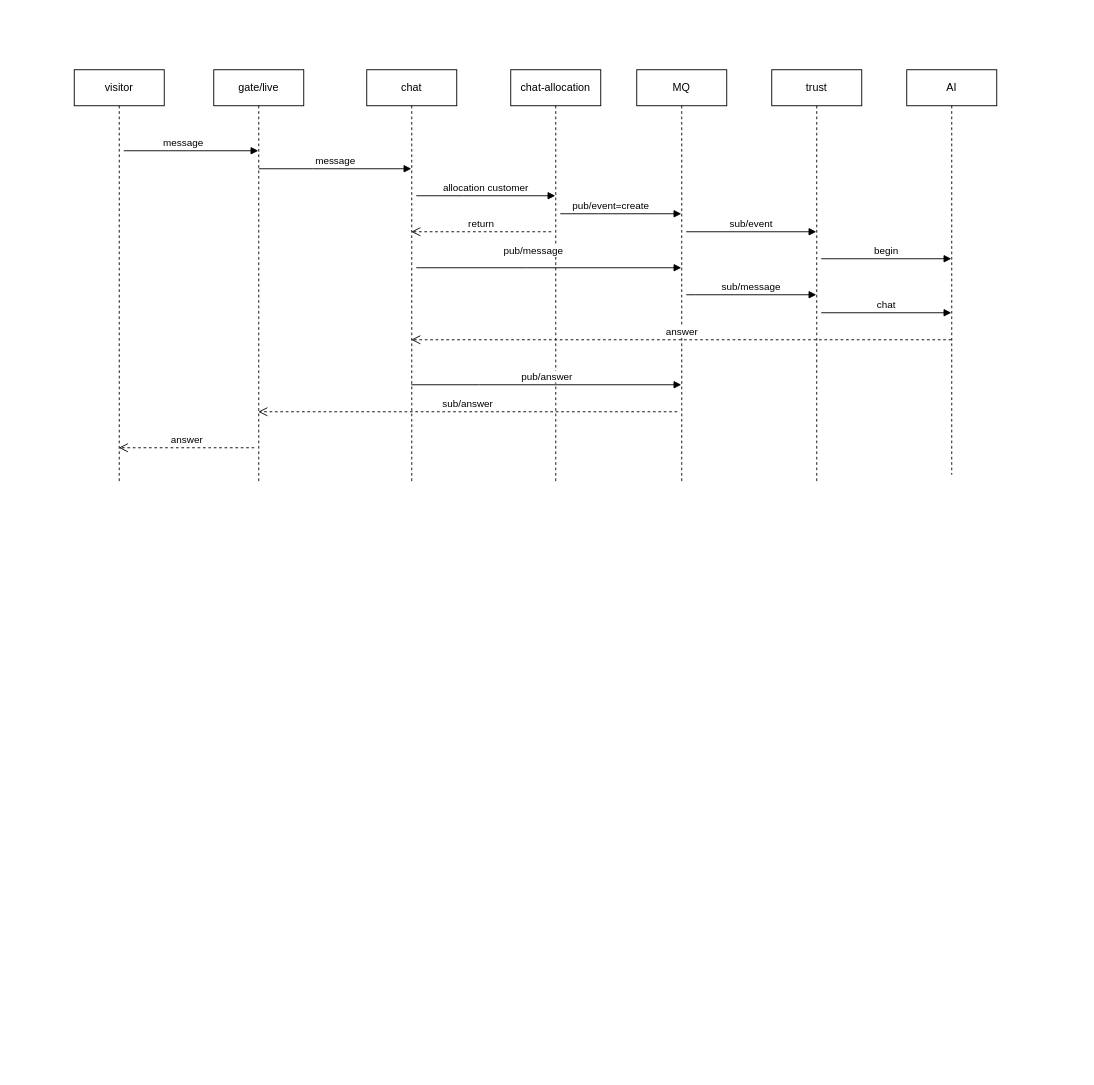
Above: drawio/core.drawio in develop-assistant/diagrams (draw.io), before the change. Source tidied: cells renumbered, new cells numbered last; positions are measured from the earlier drawing's top-left corner, leaving out a move shared by most shapes. Both pictures are drawn from the tidied source at 90%, with x=0, y=0 at pixel (74, 69).
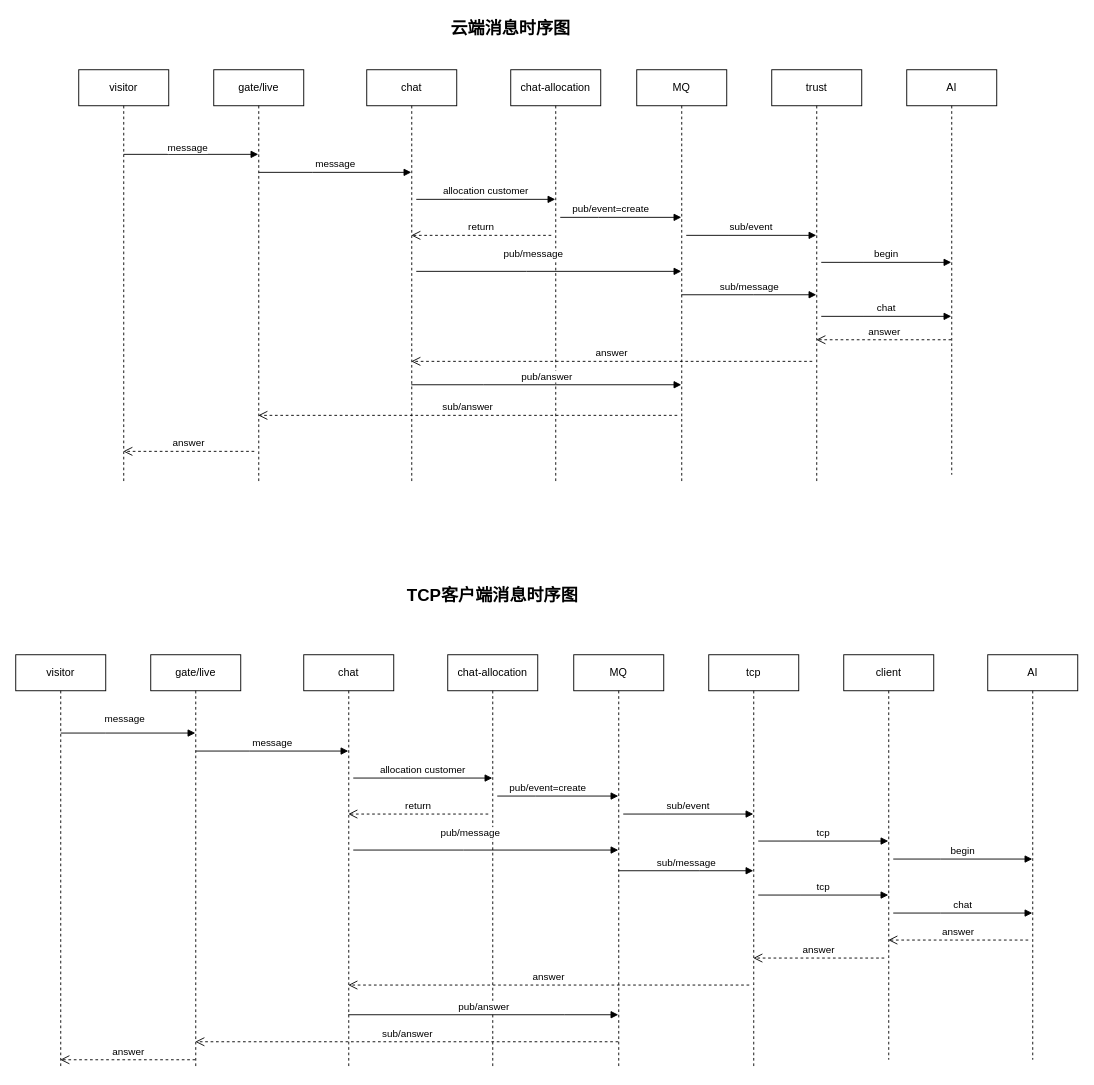
The same page after the edit.

Unchanged cells that the change refers to:
```xml
<mxCell id="3" value="gate/live" style="shape=umlLifeline;perimeter=lifelinePerimeter;whiteSpace=wrap;html=1;outlineConnect=0;portConstraint=eastwest;newEdgeStyle={&quot;edgeStyle&quot;:&quot;elbowEdgeStyle&quot;,&quot;elbow&quot;:&quot;vertical&quot;,&quot;curved&quot;:0,&quot;rounded&quot;:0};" parent="1" vertex="1">
  <mxGeometry x="155" width="100" height="460" as="geometry" />
</mxCell>
<mxCell id="4" value="chat-allocation" style="shape=umlLifeline;perimeter=lifelinePerimeter;whiteSpace=wrap;html=1;outlineConnect=0;portConstraint=eastwest;newEdgeStyle={&quot;edgeStyle&quot;:&quot;elbowEdgeStyle&quot;,&quot;elbow&quot;:&quot;vertical&quot;,&quot;curved&quot;:0,&quot;rounded&quot;:0};" parent="1" vertex="1">
  <mxGeometry x="485" width="100" height="460" as="geometry" />
</mxCell>
<mxCell id="5" value="chat" style="shape=umlLifeline;perimeter=lifelinePerimeter;whiteSpace=wrap;html=1;outlineConnect=0;portConstraint=eastwest;newEdgeStyle={&quot;edgeStyle&quot;:&quot;elbowEdgeStyle&quot;,&quot;elbow&quot;:&quot;vertical&quot;,&quot;curved&quot;:0,&quot;rounded&quot;:0};" parent="1" vertex="1">
  <mxGeometry x="325" width="100" height="460" as="geometry" />
</mxCell>
<mxCell id="6" value="MQ" style="shape=umlLifeline;perimeter=lifelinePerimeter;whiteSpace=wrap;html=1;outlineConnect=0;portConstraint=eastwest;newEdgeStyle={&quot;edgeStyle&quot;:&quot;elbowEdgeStyle&quot;,&quot;elbow&quot;:&quot;vertical&quot;,&quot;curved&quot;:0,&quot;rounded&quot;:0};" parent="1" vertex="1">
  <mxGeometry x="625" width="100" height="460" as="geometry" />
</mxCell>
<mxCell id="7" value="trust" style="shape=umlLifeline;perimeter=lifelinePerimeter;whiteSpace=wrap;html=1;outlineConnect=0;portConstraint=eastwest;newEdgeStyle={&quot;edgeStyle&quot;:&quot;elbowEdgeStyle&quot;,&quot;elbow&quot;:&quot;vertical&quot;,&quot;curved&quot;:0,&quot;rounded&quot;:0};" parent="1" vertex="1">
  <mxGeometry x="775" width="100" height="460" as="geometry" />
</mxCell>
<mxCell id="8" value="AI" style="shape=umlLifeline;perimeter=lifelinePerimeter;whiteSpace=wrap;html=1;outlineConnect=0;portConstraint=eastwest;newEdgeStyle={&quot;edgeStyle&quot;:&quot;elbowEdgeStyle&quot;,&quot;elbow&quot;:&quot;vertical&quot;,&quot;curved&quot;:0,&quot;rounded&quot;:0};" parent="1" vertex="1">
  <mxGeometry x="925" width="100" height="450" as="geometry" />
</mxCell>
```

Change to the diagram source:
```diff
@@
     <mxCell id="2" value="visitor" style="shape=umlLifeline;perimeter=lifelinePerimeter;whiteSpace=wrap;html=1;outlineConnect=0;portConstraint=eastwest;newEdgeStyle={&quot;edgeStyle&quot;:&quot;elbowEdgeStyle&quot;,&quot;elbow&quot;:&quot;vertical&quot;,&quot;curved&quot;:0,&quot;rounded&quot;:0};" parent="1" vertex="1">
-      <mxGeometry width="100" height="460" as="geometry" />
+      <mxGeometry x="5" width="100" height="460" as="geometry" />
     </mxCell>
@@
     <mxCell id="9" style="html=1;verticalAlign=bottom;endArrow=block;edgeStyle=elbowEdgeStyle;elbow=vertical;curved=0;rounded=0;" parent="1" edge="1" target="3">
       <mxGeometry relative="1" as="geometry">
-        <mxPoint x="55" y="90" as="sourcePoint" />
+        <mxPoint x="55" y="94" as="sourcePoint" />
       </mxGeometry>
     </mxCell>
     <mxCell id="10" value="message" style="edgeLabel;html=1;align=center;verticalAlign=middle;" parent="9" vertex="1">
-      <mxGeometry x="-0.65" y="2" relative="1" as="geometry">
-        <mxPoint x="39" y="-8" as="offset" />
+      <mxGeometry relative="1" as="geometry">
+        <mxPoint x="-5" y="-8" as="offset" />
       </mxGeometry>
     </mxCell>
     <mxCell id="11" value="message" style="html=1;verticalAlign=bottom;endArrow=block;edgeStyle=elbowEdgeStyle;elbow=vertical;curved=0;rounded=0;" parent="1" edge="1" target="5">
       <mxGeometry relative="1" as="geometry">
-        <mxPoint x="205" y="110" as="sourcePoint" />
+        <mxPoint x="205" y="114" as="sourcePoint" />
       </mxGeometry>
     </mxCell>
     <mxCell id="12" value="allocation customer" style="html=1;verticalAlign=bottom;endArrow=block;edgeStyle=elbowEdgeStyle;elbow=vertical;curved=0;rounded=0;" parent="1" edge="1" target="4">
       <mxGeometry relative="1" as="geometry">
-        <mxPoint x="380" y="140" as="sourcePoint" />
+        <mxPoint x="380" y="144" as="sourcePoint" />
       </mxGeometry>
     </mxCell>
     <mxCell id="13" value="pub/event=create" style="html=1;verticalAlign=bottom;endArrow=block;edgeStyle=elbowEdgeStyle;elbow=vertical;curved=0;rounded=0;" parent="1" edge="1" target="6">
       <mxGeometry x="-0.17" relative="1" as="geometry">
-        <mxPoint x="540" y="160" as="sourcePoint" />
+        <mxPoint x="540" y="164" as="sourcePoint" />
       </mxGeometry>
     </mxCell>
     <mxCell id="14" value="sub/event" style="html=1;verticalAlign=bottom;endArrow=block;edgeStyle=elbowEdgeStyle;elbow=vertical;curved=0;rounded=0;" parent="1" edge="1" target="7">
       <mxGeometry relative="1" as="geometry">
-        <mxPoint x="680" y="180" as="sourcePoint" />
+        <mxPoint x="680" y="184" as="sourcePoint" />
       </mxGeometry>
     </mxCell>
     <mxCell id="15" value="begin" style="html=1;verticalAlign=bottom;endArrow=block;edgeStyle=elbowEdgeStyle;elbow=vertical;curved=0;rounded=0;" parent="1" edge="1" target="8">
       <mxGeometry relative="1" as="geometry">
-        <mxPoint x="830" y="210" as="sourcePoint" />
+        <mxPoint x="830" y="214" as="sourcePoint" />
       </mxGeometry>
     </mxCell>
     <mxCell id="16" value="return" style="html=1;verticalAlign=bottom;endArrow=open;dashed=1;endSize=8;edgeStyle=elbowEdgeStyle;elbow=vertical;curved=0;rounded=0;" parent="1" edge="1" target="5">
       <mxGeometry relative="1" as="geometry">
-        <mxPoint x="530" y="180" as="sourcePoint" />
+        <mxPoint x="530" y="184" as="sourcePoint" />
       </mxGeometry>
     </mxCell>
     <mxCell id="17" value="pub/message" style="html=1;verticalAlign=bottom;endArrow=block;edgeStyle=elbowEdgeStyle;elbow=vertical;curved=0;rounded=0;" parent="1" edge="1" target="6">
       <mxGeometry x="-0.12" y="10" relative="1" as="geometry">
-        <mxPoint x="380" y="220" as="sourcePoint" />
+        <mxPoint x="380" y="224" as="sourcePoint" />
       </mxGeometry>
     </mxCell>
-    <mxCell id="18" value="sub/message" style="html=1;verticalAlign=bottom;endArrow=block;edgeStyle=elbowEdgeStyle;elbow=vertical;curved=0;rounded=0;" parent="1" edge="1" target="7">
+    <mxCell id="18" value="sub/message" style="html=1;verticalAlign=bottom;endArrow=block;edgeStyle=elbowEdgeStyle;elbow=vertical;curved=0;rounded=0;" parent="1" edge="1" source="6" target="7">
       <mxGeometry relative="1" as="geometry">
-        <mxPoint x="680" y="250" as="sourcePoint" />
         <Array as="points">
-          <mxPoint x="690" y="250" />
+          <mxPoint x="755" y="250" />
+          <mxPoint x="785" y="240" />
+          <mxPoint x="815" y="250" />
+          <mxPoint x="795" y="230" />
+          <mxPoint x="805" y="240" />
+          <mxPoint x="795" y="240" />
+          <mxPoint x="795" y="240" />
+          <mxPoint x="815" y="250" />
+          <mxPoint x="795" y="240" />
+          <mxPoint x="695" y="240" />
+          <mxPoint x="725" y="240" />
+          <mxPoint x="695" y="250" />
         </Array>
       </mxGeometry>
     </mxCell>
-    <mxCell id="19" value="answer" style="html=1;verticalAlign=bottom;endArrow=open;dashed=1;endSize=8;edgeStyle=elbowEdgeStyle;elbow=vertical;curved=0;rounded=0;" parent="1" edge="1" source="8" target="5">
+    <mxCell id="19" value="answer" style="html=1;verticalAlign=bottom;endArrow=open;dashed=1;endSize=8;edgeStyle=elbowEdgeStyle;elbow=vertical;curved=0;rounded=0;" parent="1" edge="1" source="8" target="7">
       <mxGeometry relative="1" as="geometry">
         <Array as="points">
-          <mxPoint x="760" y="300" />
-          <mxPoint x="770" y="280" />
+          <mxPoint x="885" y="300" />
+          <mxPoint x="935" y="320" />
+          <mxPoint x="855" y="310" />
+          <mxPoint x="935" y="300" />
+          <mxPoint x="915" y="290" />
+          <mxPoint x="785" y="290" />
+          <mxPoint x="765" y="300" />
+          <mxPoint x="775" y="280" />
         </Array>
       </mxGeometry>
     </mxCell>
     <mxCell id="20" value="pub/answer" style="html=1;verticalAlign=bottom;endArrow=block;edgeStyle=elbowEdgeStyle;elbow=vertical;curved=0;rounded=0;" parent="1" edge="1" source="5" target="6">
       <mxGeometry relative="1" as="geometry">
         <Array as="points">
-          <mxPoint x="450" y="350" />
+          <mxPoint x="455" y="350" />
         </Array>
       </mxGeometry>
     </mxCell>
     <mxCell id="21" value="chat" style="html=1;verticalAlign=bottom;endArrow=block;edgeStyle=elbowEdgeStyle;elbow=vertical;curved=0;rounded=0;" parent="1" edge="1" target="8">
       <mxGeometry relative="1" as="geometry">
-        <mxPoint x="830" y="270" as="sourcePoint" />
+        <mxPoint x="830" y="274" as="sourcePoint" />
       </mxGeometry>
     </mxCell>
     <mxCell id="22" value="sub/answer" style="html=1;verticalAlign=bottom;endArrow=open;dashed=1;endSize=8;edgeStyle=elbowEdgeStyle;elbow=vertical;curved=0;rounded=0;" parent="1" edge="1" target="3">
       <mxGeometry relative="1" as="geometry">
-        <mxPoint x="670" y="380" as="sourcePoint" />
+        <mxPoint x="670" y="384" as="sourcePoint" />
       </mxGeometry>
     </mxCell>
     <mxCell id="23" value="answer" style="html=1;verticalAlign=bottom;endArrow=open;dashed=1;endSize=8;edgeStyle=elbowEdgeStyle;elbow=vertical;curved=0;rounded=0;" parent="1" edge="1" target="2">
       <mxGeometry relative="1" as="geometry">
-        <mxPoint x="200" y="420" as="sourcePoint" />
+        <mxPoint x="200" y="424" as="sourcePoint" />
       </mxGeometry>
     </mxCell>
+    <mxCell id="24" value="visitor" style="shape=umlLifeline;perimeter=lifelinePerimeter;whiteSpace=wrap;html=1;outlineConnect=0;portConstraint=eastwest;newEdgeStyle={&quot;edgeStyle&quot;:&quot;elbowEdgeStyle&quot;,&quot;elbow&quot;:&quot;vertical&quot;,&quot;curved&quot;:0,&quot;rounded&quot;:0};" parent="1" vertex="1">
+      <mxGeometry x="-65" y="650" width="100" height="460" as="geometry" />
+    </mxCell>
+    <mxCell id="25" value="gate/live" style="shape=umlLifeline;perimeter=lifelinePerimeter;whiteSpace=wrap;html=1;outlineConnect=0;portConstraint=eastwest;newEdgeStyle={&quot;edgeStyle&quot;:&quot;elbowEdgeStyle&quot;,&quot;elbow&quot;:&quot;vertical&quot;,&quot;curved&quot;:0,&quot;rounded&quot;:0};" parent="1" vertex="1">
+      <mxGeometry x="85" y="650" width="100" height="460" as="geometry" />
+    </mxCell>
+    <mxCell id="26" value="chat-allocation" style="shape=umlLifeline;perimeter=lifelinePerimeter;whiteSpace=wrap;html=1;outlineConnect=0;portConstraint=eastwest;newEdgeStyle={&quot;edgeStyle&quot;:&quot;elbowEdgeStyle&quot;,&quot;elbow&quot;:&quot;vertical&quot;,&quot;curved&quot;:0,&quot;rounded&quot;:0};" parent="1" vertex="1">
+      <mxGeometry x="415" y="650" width="100" height="460" as="geometry" />
+    </mxCell>
+    <mxCell id="27" value="chat" style="shape=umlLifeline;perimeter=lifelinePerimeter;whiteSpace=wrap;html=1;outlineConnect=0;portConstraint=eastwest;newEdgeStyle={&quot;edgeStyle&quot;:&quot;elbowEdgeStyle&quot;,&quot;elbow&quot;:&quot;vertical&quot;,&quot;curved&quot;:0,&quot;rounded&quot;:0};" parent="1" vertex="1">
+      <mxGeometry x="255" y="650" width="100" height="460" as="geometry" />
+    </mxCell>
+    <mxCell id="28" value="MQ" style="shape=umlLifeline;perimeter=lifelinePerimeter;whiteSpace=wrap;html=1;outlineConnect=0;portConstraint=eastwest;newEdgeStyle={&quot;edgeStyle&quot;:&quot;elbowEdgeStyle&quot;,&quot;elbow&quot;:&quot;vertical&quot;,&quot;curved&quot;:0,&quot;rounded&quot;:0};" parent="1" vertex="1">
+      <mxGeometry x="555" y="650" width="100" height="460" as="geometry" />
+    </mxCell>
+    <mxCell id="29" value="tcp" style="shape=umlLifeline;perimeter=lifelinePerimeter;whiteSpace=wrap;html=1;outlineConnect=0;portConstraint=eastwest;newEdgeStyle={&quot;edgeStyle&quot;:&quot;elbowEdgeStyle&quot;,&quot;elbow&quot;:&quot;vertical&quot;,&quot;curved&quot;:0,&quot;rounded&quot;:0};" parent="1" vertex="1">
+      <mxGeometry x="705" y="650" width="100" height="460" as="geometry" />
+    </mxCell>
+    <mxCell id="30" value="client" style="shape=umlLifeline;perimeter=lifelinePerimeter;whiteSpace=wrap;html=1;outlineConnect=0;portConstraint=eastwest;newEdgeStyle={&quot;edgeStyle&quot;:&quot;elbowEdgeStyle&quot;,&quot;elbow&quot;:&quot;vertical&quot;,&quot;curved&quot;:0,&quot;rounded&quot;:0};" parent="1" vertex="1">
+      <mxGeometry x="855" y="650" width="100" height="450" as="geometry" />
+    </mxCell>
+    <mxCell id="31" style="html=1;verticalAlign=bottom;endArrow=block;edgeStyle=elbowEdgeStyle;elbow=vertical;curved=0;rounded=0;" parent="1" edge="1" target="25">
+      <mxGeometry relative="1" as="geometry">
+        <mxPoint x="-15" y="737" as="sourcePoint" />
+      </mxGeometry>
+    </mxCell>
+    <mxCell id="32" value="message" style="edgeLabel;html=1;align=center;verticalAlign=middle;" parent="31" vertex="1">
+      <mxGeometry relative="1" as="geometry">
+        <mxPoint x="-5" y="-17" as="offset" />
+      </mxGeometry>
+    </mxCell>
+    <mxCell id="33" value="message" style="html=1;verticalAlign=bottom;endArrow=block;edgeStyle=elbowEdgeStyle;elbow=vertical;curved=0;rounded=0;" parent="1" edge="1" target="27">
+      <mxGeometry relative="1" as="geometry">
+        <mxPoint x="135" y="757" as="sourcePoint" />
+      </mxGeometry>
+    </mxCell>
+    <mxCell id="34" value="allocation customer" style="html=1;verticalAlign=bottom;endArrow=block;edgeStyle=elbowEdgeStyle;elbow=vertical;curved=0;rounded=0;" parent="1" edge="1" target="26">
+      <mxGeometry relative="1" as="geometry">
+        <mxPoint x="310" y="787" as="sourcePoint" />
+      </mxGeometry>
+    </mxCell>
+    <mxCell id="35" value="pub/event=create" style="html=1;verticalAlign=bottom;endArrow=block;edgeStyle=elbowEdgeStyle;elbow=vertical;curved=0;rounded=0;" parent="1" edge="1" target="28">
+      <mxGeometry x="-0.17" relative="1" as="geometry">
+        <mxPoint x="470" y="807" as="sourcePoint" />
+      </mxGeometry>
+    </mxCell>
+    <mxCell id="36" value="sub/event" style="html=1;verticalAlign=bottom;endArrow=block;edgeStyle=elbowEdgeStyle;elbow=vertical;curved=0;rounded=0;" parent="1" edge="1" target="29">
+      <mxGeometry relative="1" as="geometry">
+        <mxPoint x="610" y="827" as="sourcePoint" />
+      </mxGeometry>
+    </mxCell>
+    <mxCell id="37" value="tcp" style="html=1;verticalAlign=bottom;endArrow=block;edgeStyle=elbowEdgeStyle;elbow=vertical;curved=0;rounded=0;" parent="1" edge="1" target="30">
+      <mxGeometry relative="1" as="geometry">
+        <mxPoint x="760" y="857" as="sourcePoint" />
+      </mxGeometry>
+    </mxCell>
+    <mxCell id="38" value="return" style="html=1;verticalAlign=bottom;endArrow=open;dashed=1;endSize=8;edgeStyle=elbowEdgeStyle;elbow=vertical;curved=0;rounded=0;" parent="1" edge="1" target="27">
+      <mxGeometry relative="1" as="geometry">
+        <mxPoint x="460" y="827" as="sourcePoint" />
+      </mxGeometry>
+    </mxCell>
+    <mxCell id="39" value="pub/message" style="html=1;verticalAlign=bottom;endArrow=block;edgeStyle=elbowEdgeStyle;elbow=vertical;curved=0;rounded=0;" parent="1" edge="1" target="28">
+      <mxGeometry x="-0.12" y="10" relative="1" as="geometry">
+        <mxPoint x="310" y="867" as="sourcePoint" />
+      </mxGeometry>
+    </mxCell>
+    <mxCell id="40" value="sub/message" style="html=1;verticalAlign=bottom;endArrow=block;edgeStyle=elbowEdgeStyle;elbow=vertical;curved=0;rounded=0;" parent="1" edge="1" source="28" target="29">
+      <mxGeometry relative="1" as="geometry">
+        <Array as="points">
+          <mxPoint x="695" y="890" />
+          <mxPoint x="625" y="900" />
+        </Array>
+      </mxGeometry>
+    </mxCell>
+    <mxCell id="41" value="pub/answer" style="html=1;verticalAlign=bottom;endArrow=block;edgeStyle=elbowEdgeStyle;elbow=vertical;curved=0;rounded=0;" parent="1" edge="1" source="27" target="28">
+      <mxGeometry relative="1" as="geometry">
+        <Array as="points">
+          <mxPoint x="545" y="1050" />
+          <mxPoint x="385" y="1060" />
+        </Array>
+      </mxGeometry>
+    </mxCell>
+    <mxCell id="42" value="tcp" style="html=1;verticalAlign=bottom;endArrow=block;edgeStyle=elbowEdgeStyle;elbow=vertical;curved=0;rounded=0;" parent="1" edge="1" target="30">
+      <mxGeometry relative="1" as="geometry">
+        <mxPoint x="760" y="917" as="sourcePoint" />
+      </mxGeometry>
+    </mxCell>
+    <mxCell id="43" value="sub/answer" style="html=1;verticalAlign=bottom;endArrow=open;dashed=1;endSize=8;edgeStyle=elbowEdgeStyle;elbow=vertical;curved=0;rounded=0;" parent="1" edge="1" source="28" target="25">
+      <mxGeometry relative="1" as="geometry">
+        <Array as="points">
+          <mxPoint x="245" y="1080" />
+        </Array>
+      </mxGeometry>
+    </mxCell>
+    <mxCell id="44" value="answer" style="html=1;verticalAlign=bottom;endArrow=open;dashed=1;endSize=8;edgeStyle=elbowEdgeStyle;elbow=vertical;curved=0;rounded=0;" parent="1" edge="1" source="25" target="24">
+      <mxGeometry relative="1" as="geometry">
+        <Array as="points">
+          <mxPoint x="75" y="1100" />
+          <mxPoint x="45" y="980" />
+          <mxPoint x="115" y="1100" />
+        </Array>
+      </mxGeometry>
+    </mxCell>
+    <mxCell id="45" value="AI" style="shape=umlLifeline;perimeter=lifelinePerimeter;whiteSpace=wrap;html=1;outlineConnect=0;portConstraint=eastwest;newEdgeStyle={&quot;edgeStyle&quot;:&quot;elbowEdgeStyle&quot;,&quot;elbow&quot;:&quot;vertical&quot;,&quot;curved&quot;:0,&quot;rounded&quot;:0};" parent="1" vertex="1">
+      <mxGeometry x="1015" y="650" width="100" height="450" as="geometry" />
+    </mxCell>
+    <mxCell id="46" value="begin" style="html=1;verticalAlign=bottom;endArrow=block;edgeStyle=elbowEdgeStyle;elbow=vertical;curved=0;rounded=0;" parent="1" edge="1" target="45">
+      <mxGeometry relative="1" as="geometry">
+        <mxPoint x="910" y="877" as="sourcePoint" />
+      </mxGeometry>
+    </mxCell>
+    <mxCell id="47" value="chat" style="html=1;verticalAlign=bottom;endArrow=block;edgeStyle=elbowEdgeStyle;elbow=vertical;curved=0;rounded=0;" parent="1" edge="1" target="45">
+      <mxGeometry relative="1" as="geometry">
+        <mxPoint x="910" y="937" as="sourcePoint" />
+      </mxGeometry>
+    </mxCell>
+    <mxCell id="48" value="answer" style="html=1;verticalAlign=bottom;endArrow=open;dashed=1;endSize=8;edgeStyle=elbowEdgeStyle;elbow=vertical;curved=0;rounded=0;" parent="1" edge="1" target="30">
+      <mxGeometry relative="1" as="geometry">
+        <mxPoint x="1060" y="967" as="sourcePoint" />
+      </mxGeometry>
+    </mxCell>
+    <mxCell id="49" value="answer" style="html=1;verticalAlign=bottom;endArrow=open;dashed=1;endSize=8;edgeStyle=elbowEdgeStyle;elbow=vertical;curved=0;rounded=0;" parent="1" edge="1" target="29">
+      <mxGeometry relative="1" as="geometry">
+        <mxPoint x="900" y="987" as="sourcePoint" />
+      </mxGeometry>
+    </mxCell>
+    <mxCell id="50" value="answer" style="html=1;verticalAlign=bottom;endArrow=open;dashed=1;endSize=8;edgeStyle=elbowEdgeStyle;elbow=vertical;curved=0;rounded=0;" parent="1" edge="1" target="5">
+      <mxGeometry relative="1" as="geometry">
+        <mxPoint x="820" y="324" as="sourcePoint" />
+      </mxGeometry>
+    </mxCell>
+    <mxCell id="51" value="answer" style="html=1;verticalAlign=bottom;endArrow=open;dashed=1;endSize=8;edgeStyle=elbowEdgeStyle;elbow=vertical;curved=0;rounded=0;" parent="1" edge="1" target="27">
+      <mxGeometry relative="1" as="geometry">
+        <mxPoint x="750" y="1017" as="sourcePoint" />
+      </mxGeometry>
+    </mxCell>
+    <mxCell id="52" value="TCP客户端消息时序图" style="text;html=1;strokeColor=none;fillColor=none;align=center;verticalAlign=middle;whiteSpace=wrap;rounded=0;fontStyle=1;fontSize=19;" parent="1" vertex="1">
+      <mxGeometry x="325" y="570" width="280" height="30" as="geometry" />
+    </mxCell>
+    <mxCell id="53" value="云端消息时序图" style="text;html=1;strokeColor=none;fillColor=none;align=center;verticalAlign=middle;whiteSpace=wrap;rounded=0;fontStyle=1;fontSize=19;" parent="1" vertex="1">
+      <mxGeometry x="345" y="-60" width="280" height="30" as="geometry" />
+    </mxCell>
```
